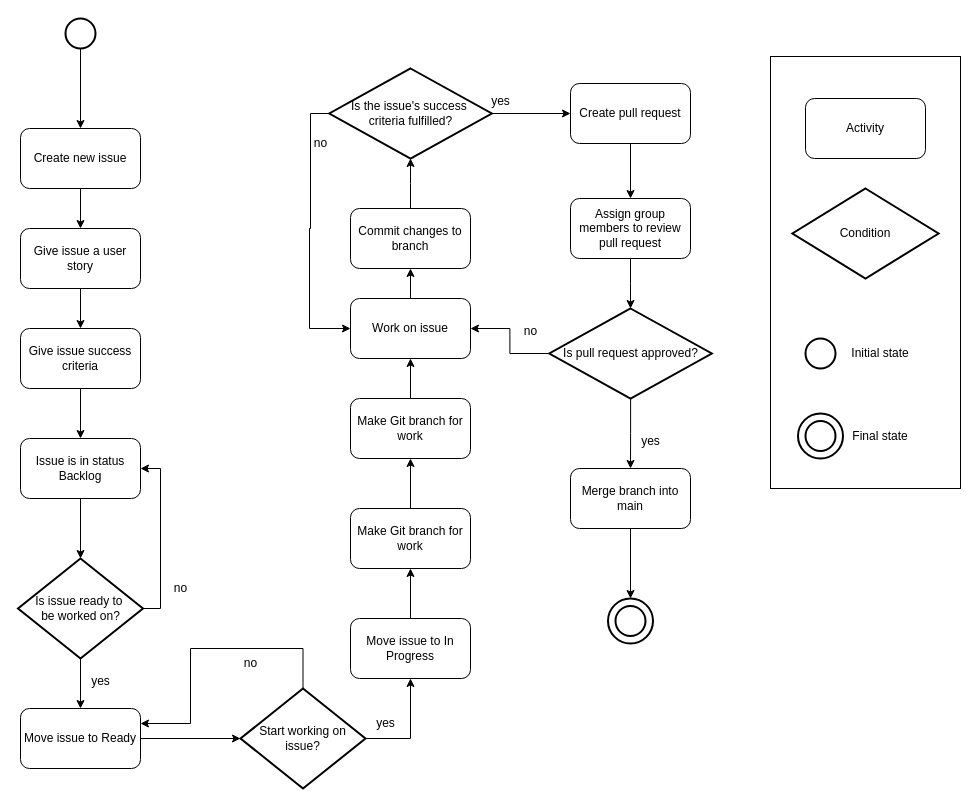
ITU-BDSA23-GROUP8/Chirp keeps this draw.io diagram as docs/diagrams/TeamWorkIssues.drawio. Above is the earlier version. Source tidied: cells renumbered, new cells numbered last; positions are measured from the earlier drawing's top-left corner, leaving out a move shared by most shapes. Both pictures are drawn from the tidied source at 100%, with x=0, y=0 at pixel (18, 18).
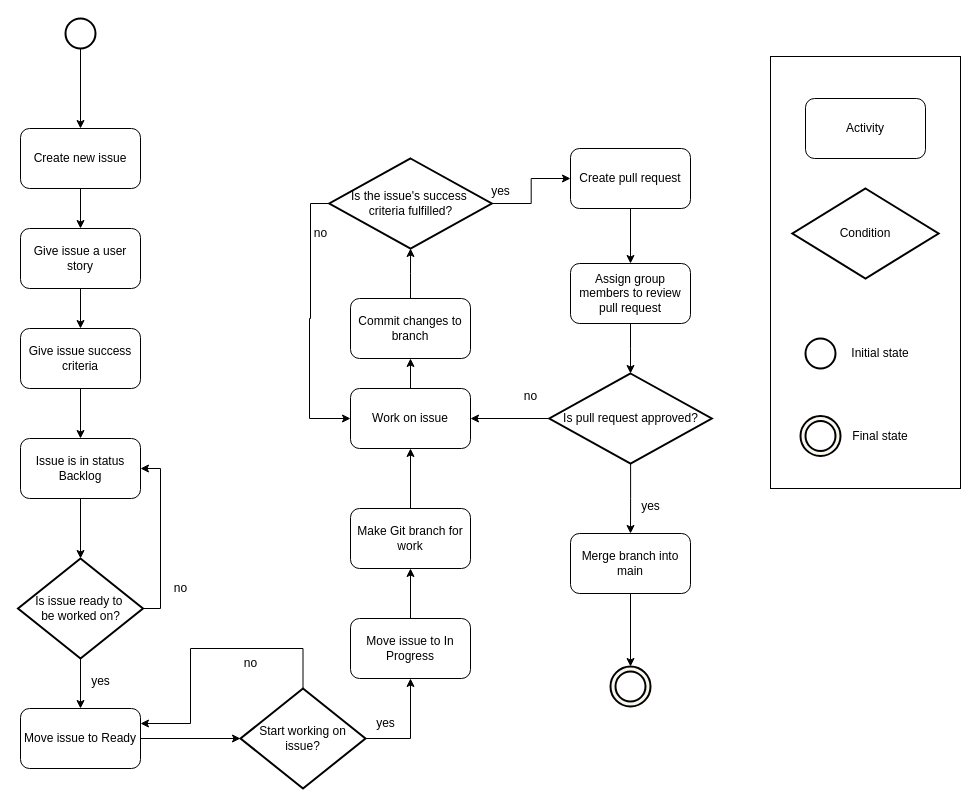
After the change.

Unchanged cells that the change refers to:
```xml
<mxCell id="27" value="Make Git branch for work" style="rounded=1;whiteSpace=wrap;html=1;" parent="1" vertex="1">
  <mxGeometry x="332" y="490" width="120" height="60" as="geometry" />
</mxCell>
```

Change to the diagram source:
```diff
@@
-    <mxCell id="26" style="edgeStyle=orthogonalEdgeStyle;rounded=0;jettySize=auto;html=1;" parent="1" edge="1" source="27" target="29">
-      <mxGeometry relative="1" as="geometry" />
-    </mxCell>
+    <mxCell id="60" style="edgeStyle=orthogonalEdgeStyle;rounded=0;jettySize=auto;html=1;exitX=0.5;exitY=0;exitDx=0;exitDy=0;entryX=0.5;entryY=1;entryDx=0;entryDy=0;" parent="1" edge="1" source="27" target="32">
+      <mxGeometry relative="1" as="geometry" />
+    </mxCell>
@@
-    <mxCell id="28" style="edgeStyle=orthogonalEdgeStyle;rounded=0;jettySize=auto;html=1;" parent="1" edge="1" source="29" target="32">
-      <mxGeometry relative="1" as="geometry" />
-    </mxCell>
-    <mxCell id="29" value="Make Git branch for work" style="rounded=1;whiteSpace=wrap;html=1;" parent="1" vertex="1">
-      <mxGeometry x="332" y="380" width="120" height="60" as="geometry" />
-    </mxCell>
@@
     <mxCell id="32" value="Work on issue" style="rounded=1;whiteSpace=wrap;html=1;" parent="1" vertex="1">
-      <mxGeometry x="332" y="280" width="120" height="60" as="geometry" />
+      <mxGeometry x="332" y="370" width="120" height="60" as="geometry" />
     </mxCell>
     <mxCell id="33" value="Commit changes to branch" style="rounded=1;whiteSpace=wrap;html=1;" parent="1" vertex="1">
-      <mxGeometry x="332" y="190" width="120" height="60" as="geometry" />
+      <mxGeometry x="332" y="280" width="120" height="60" as="geometry" />
     </mxCell>
     <mxCell id="34" style="edgeStyle=orthogonalEdgeStyle;rounded=0;jettySize=auto;html=1;entryX=0;entryY=0.5;entryDx=0;entryDy=0;" parent="1" edge="1" source="36" target="32">
       <mxGeometry relative="1" as="geometry">
         <Array as="points">
-          <mxPoint x="292" y="95" />
-          <mxPoint x="292" y="210" />
-          <mxPoint x="291" y="310" />
+          <mxPoint x="292" y="185" />
+          <mxPoint x="292" y="300" />
+          <mxPoint x="291" y="400" />
         </Array>
       </mxGeometry>
     </mxCell>
-    <mxCell id="35" style="edgeStyle=orthogonalEdgeStyle;rounded=0;jettySize=auto;html=1;entryX=0;entryY=0.5;entryDx=0;entryDy=0;" parent="1" edge="1" source="36" target="40">
+    <mxCell id="35" style="edgeStyle=orthogonalEdgeStyle;rounded=0;jettySize=auto;html=1;entryX=0;entryY=0.5;entryDx=0;entryDy=0;exitX=1;exitY=0.5;exitDx=0;exitDy=0;exitPerimeter=0;" parent="1" edge="1" source="36" target="40">
       <mxGeometry relative="1" as="geometry" />
     </mxCell>
     <mxCell id="36" value="&lt;div&gt;Is the issue's success&amp;nbsp;&lt;/div&gt;&lt;div&gt;criteria fulfilled?&lt;/div&gt;" style="strokeWidth=2;html=1;shape=mxgraph.flowchart.decision;whiteSpace=wrap;" parent="1" vertex="1">
-      <mxGeometry x="310.8" y="50" width="162.5" height="90" as="geometry" />
+      <mxGeometry x="310.8" y="140" width="162.5" height="90" as="geometry" />
     </mxCell>
@@
     <mxCell id="38" value="no" style="text;html=1;align=center;verticalAlign=middle;strokeColor=none;fillColor=none;" parent="1" vertex="1">
-      <mxGeometry x="282" y="110" width="40" height="30" as="geometry" />
+      <mxGeometry x="282" y="200" width="40" height="30" as="geometry" />
     </mxCell>
@@
     <mxCell id="40" value="Create pull request" style="rounded=1;whiteSpace=wrap;html=1;" parent="1" vertex="1">
-      <mxGeometry x="552" y="65" width="120" height="60" as="geometry" />
+      <mxGeometry x="552" y="130" width="120" height="60" as="geometry" />
     </mxCell>
     <mxCell id="41" value="yes" style="text;html=1;align=center;verticalAlign=middle;strokeColor=none;fillColor=none;" parent="1" vertex="1">
-      <mxGeometry x="462" y="68" width="40" height="30" as="geometry" />
+      <mxGeometry x="462" y="158" width="40" height="30" as="geometry" />
     </mxCell>
     <mxCell id="42" style="edgeStyle=orthogonalEdgeStyle;rounded=0;jettySize=auto;html=1;" parent="1" edge="1" source="43">
       <mxGeometry relative="1" as="geometry">
-        <mxPoint x="612" y="290" as="targetPoint" />
+        <mxPoint x="612" y="355" as="targetPoint" />
       </mxGeometry>
     </mxCell>
     <mxCell id="43" value="Assign group members to review pull request" style="rounded=1;whiteSpace=wrap;html=1;" parent="1" vertex="1">
-      <mxGeometry x="552" y="180" width="120" height="60" as="geometry" />
+      <mxGeometry x="552" y="245" width="120" height="60" as="geometry" />
     </mxCell>
@@
     <mxCell id="46" value="Is pull request approved?" style="strokeWidth=2;html=1;shape=mxgraph.flowchart.decision;whiteSpace=wrap;" parent="1" vertex="1">
-      <mxGeometry x="530.8" y="290" width="162.5" height="90" as="geometry" />
+      <mxGeometry x="530.8" y="355" width="162.5" height="90" as="geometry" />
     </mxCell>
     <mxCell id="47" value="no" style="text;html=1;align=center;verticalAlign=middle;strokeColor=none;fillColor=none;" parent="1" vertex="1">
-      <mxGeometry x="492" y="298" width="40" height="30" as="geometry" />
+      <mxGeometry x="492" y="363" width="40" height="30" as="geometry" />
     </mxCell>
     <mxCell id="48" value="Merge branch into main" style="rounded=1;whiteSpace=wrap;html=1;" parent="1" vertex="1">
-      <mxGeometry x="552" y="450" width="120" height="60" as="geometry" />
+      <mxGeometry x="552" y="515" width="120" height="60" as="geometry" />
     </mxCell>
     <mxCell id="49" value="yes" style="text;html=1;align=center;verticalAlign=middle;strokeColor=none;fillColor=none;" parent="1" vertex="1">
-      <mxGeometry x="612" y="408" width="40" height="30" as="geometry" />
+      <mxGeometry x="612" y="473" width="40" height="30" as="geometry" />
     </mxCell>
-    <mxCell id="50" style="strokeWidth=2;html=1;shape=mxgraph.flowchart.start_2;whiteSpace=wrap;" parent="1" vertex="1">
-      <mxGeometry x="589.5" y="580" width="45" height="45" as="geometry" />
-    </mxCell>
-    <mxCell id="51" style="edgeStyle=orthogonalEdgeStyle;rounded=0;jettySize=auto;html=1;entryX=0.5;entryY=0;entryDx=0;entryDy=0;entryPerimeter=0;" parent="1" edge="1" source="48" target="50">
+    <mxCell id="51" style="edgeStyle=orthogonalEdgeStyle;rounded=0;jettySize=auto;html=1;entryX=0.5;entryY=0;entryDx=0;entryDy=0;entryPerimeter=0;" parent="1" edge="1" source="48" target="61">
       <mxGeometry relative="1" as="geometry" />
     </mxCell>
-    <mxCell id="52" style="strokeWidth=2;html=1;shape=mxgraph.flowchart.start_2;whiteSpace=wrap;" parent="1" vertex="1">
-      <mxGeometry x="597" y="587.5" width="30" height="30" as="geometry" />
-    </mxCell>
@@
-    <mxCell id="56" style="strokeWidth=2;html=1;shape=mxgraph.flowchart.start_2;whiteSpace=wrap;" parent="1" vertex="1">
-      <mxGeometry x="779.5" y="395" width="45" height="45" as="geometry" />
-    </mxCell>
-    <mxCell id="57" style="strokeWidth=2;html=1;shape=mxgraph.flowchart.start_2;whiteSpace=wrap;" parent="1" vertex="1">
-      <mxGeometry x="787" y="402.5" width="30" height="30" as="geometry" />
-    </mxCell>
@@
+    <mxCell id="61" style="strokeWidth=2;html=1;shape=mxgraph.flowchart.start_2;whiteSpace=wrap;fillColor=#f9f7ed;strokeColor=#000000;" parent="1" vertex="1">
+      <mxGeometry x="592" y="648" width="40" height="40" as="geometry" />
+    </mxCell>
+    <mxCell id="62" style="strokeWidth=2;html=1;shape=mxgraph.flowchart.start_2;whiteSpace=wrap;" parent="1" vertex="1">
+      <mxGeometry x="597" y="653" width="30" height="30" as="geometry" />
+    </mxCell>
+    <mxCell id="63" style="strokeWidth=2;html=1;shape=mxgraph.flowchart.start_2;whiteSpace=wrap;fillColor=#f9f7ed;strokeColor=#000000;" parent="1" vertex="1">
+      <mxGeometry x="782" y="397.5" width="40" height="40" as="geometry" />
+    </mxCell>
+    <mxCell id="57" style="strokeWidth=2;html=1;shape=mxgraph.flowchart.start_2;whiteSpace=wrap;" parent="1" vertex="1">
+      <mxGeometry x="787" y="402.5" width="30" height="30" as="geometry" />
+    </mxCell>
```
